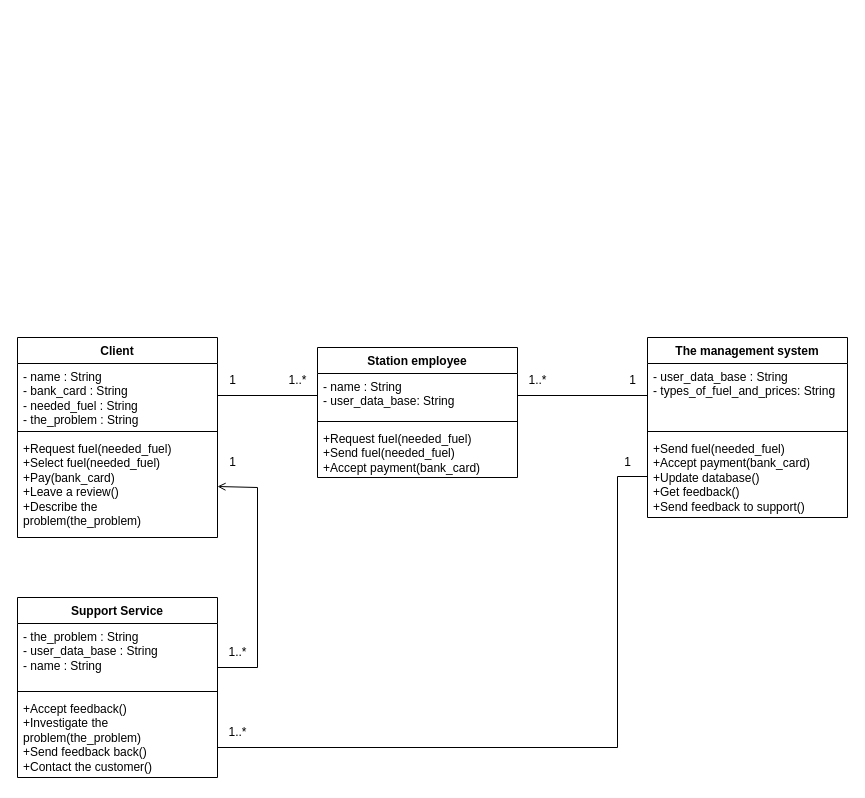
Above: page "Page-5" (5 of 5) of 88.drawio in Helpmepleaseitishard/Aikms (draw.io), before the change. Source tidied: cells renumbered, new cells numbered last; positions are measured from the earlier drawing's top-left corner, leaving out a move shared by most shapes. Both pictures are drawn from the tidied source at 100%, with x=0, y=0 at pixel (17, 337).
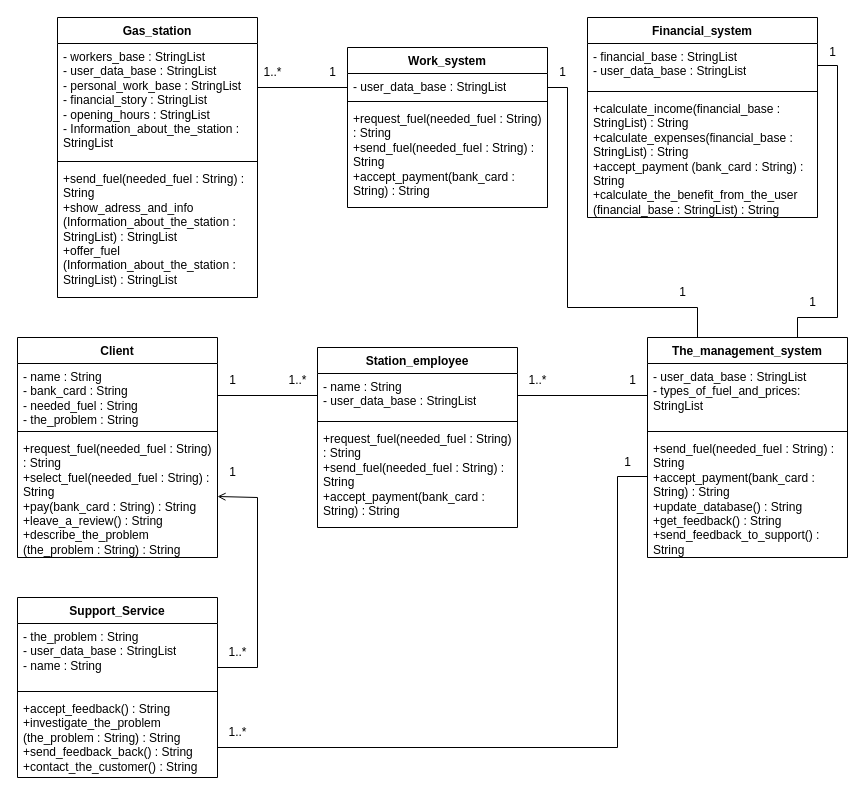
The same diagram, later.

What changed in the source:
```diff
@@
-    <mxCell id="2" value="The management system" style="swimlane;fontStyle=1;align=center;verticalAlign=top;horizontal=1;startSize=26;whiteSpace=wrap;html=1;" parent="1" vertex="1">
-      <mxGeometry x="630" width="200" height="180" as="geometry" />
+    <mxCell id="2" value="The_management_system" style="swimlane;fontStyle=1;align=center;verticalAlign=top;horizontal=1;startSize=26;whiteSpace=wrap;html=1;" parent="1" vertex="1">
+      <mxGeometry x="630" width="200" height="220" as="geometry" />
     </mxCell>
-    <mxCell id="3" value="&lt;div&gt;-&amp;nbsp;user_data_base : String&lt;/div&gt;&lt;div&gt;&lt;div&gt;&lt;div&gt;- types_of_fuel_and_prices: String&lt;/div&gt;&lt;/div&gt;&lt;/div&gt;" style="text;strokeColor=none;fillColor=none;align=left;verticalAlign=top;spacingLeft=4;spacingRight=4;overflow=hidden;points=[[0,0.5],[1,0.5]];portConstraint=eastwest;whiteSpace=wrap;html=1;" parent="2" vertex="1">
+    <mxCell id="3" value="&lt;div&gt;-&amp;nbsp;user_data_base : StringList&lt;/div&gt;&lt;div&gt;&lt;div&gt;&lt;div&gt;- types_of_fuel_and_prices: StringList&lt;/div&gt;&lt;/div&gt;&lt;/div&gt;" style="text;strokeColor=none;fillColor=none;align=left;verticalAlign=top;spacingLeft=4;spacingRight=4;overflow=hidden;points=[[0,0.5],[1,0.5]];portConstraint=eastwest;whiteSpace=wrap;html=1;" parent="2" vertex="1">
       <mxGeometry y="26" width="200" height="64" as="geometry" />
     </mxCell>
@@
-    <mxCell id="5" value="+Send fuel(needed_fuel)&lt;br&gt;+Accept payment(bank_card)&lt;br&gt;+Update database()&lt;br&gt;+Get feedback()&lt;br&gt;+Send feedback to support()" style="text;strokeColor=none;fillColor=none;align=left;verticalAlign=top;spacingLeft=4;spacingRight=4;overflow=hidden;points=[[0,0.5],[1,0.5]];portConstraint=eastwest;whiteSpace=wrap;html=1;" parent="2" vertex="1">
-      <mxGeometry y="98" width="200" height="82" as="geometry" />
+    <mxCell id="5" value="+send_fuel(needed_fuel : String) : String&lt;br&gt;+accept_payment(bank_card : String) : String&lt;br&gt;+update_database() : String&lt;br&gt;+get_feedback() : String&lt;br&gt;+send_feedback_to_support() : String" style="text;strokeColor=none;fillColor=none;align=left;verticalAlign=top;spacingLeft=4;spacingRight=4;overflow=hidden;points=[[0,0.5],[1,0.5]];portConstraint=eastwest;whiteSpace=wrap;html=1;" parent="2" vertex="1">
+      <mxGeometry y="98" width="200" height="122" as="geometry" />
     </mxCell>
-    <mxCell id="6" value="Station employee" style="swimlane;fontStyle=1;align=center;verticalAlign=top;horizontal=1;startSize=26;whiteSpace=wrap;html=1;" parent="1" vertex="1">
-      <mxGeometry x="300" y="10" width="200" height="130" as="geometry" />
+    <mxCell id="6" value="Station_employee" style="swimlane;fontStyle=1;align=center;verticalAlign=top;horizontal=1;startSize=26;whiteSpace=wrap;html=1;" parent="1" vertex="1">
+      <mxGeometry x="300" y="10" width="200" height="180" as="geometry" />
     </mxCell>
-    <mxCell id="7" value="&lt;div&gt;- name : String&lt;/div&gt;&lt;div&gt;&lt;div&gt;&lt;div&gt;&lt;div&gt;&lt;div&gt;- user_data_base: String&lt;/div&gt;&lt;/div&gt;&lt;/div&gt;&lt;/div&gt;&lt;/div&gt;" style="text;strokeColor=none;fillColor=none;align=left;verticalAlign=top;spacingLeft=4;spacingRight=4;overflow=hidden;points=[[0,0.5],[1,0.5]];portConstraint=eastwest;whiteSpace=wrap;html=1;" parent="6" vertex="1">
+    <mxCell id="7" value="&lt;div&gt;- name : String&lt;/div&gt;&lt;div&gt;&lt;div&gt;&lt;div&gt;&lt;div&gt;&lt;div&gt;- user_data_base : StringList&lt;/div&gt;&lt;/div&gt;&lt;/div&gt;&lt;/div&gt;&lt;/div&gt;" style="text;strokeColor=none;fillColor=none;align=left;verticalAlign=top;spacingLeft=4;spacingRight=4;overflow=hidden;points=[[0,0.5],[1,0.5]];portConstraint=eastwest;whiteSpace=wrap;html=1;" parent="6" vertex="1">
       <mxGeometry y="26" width="200" height="44" as="geometry" />
     </mxCell>
@@
-    <mxCell id="9" value="+Request fuel(needed_fuel)&lt;br&gt;+Send fuel(needed_fuel)&lt;br&gt;+Accept payment(bank_card)" style="text;strokeColor=none;fillColor=none;align=left;verticalAlign=top;spacingLeft=4;spacingRight=4;overflow=hidden;whiteSpace=wrap;html=1;" parent="6" vertex="1">
-      <mxGeometry y="78" width="200" height="52" as="geometry" />
+    <mxCell id="9" value="+request_fuel(needed_fuel : String) : String&lt;br&gt;+send_fuel(needed_fuel : String) : String&lt;br&gt;+accept_payment(bank_card : String) : String" style="text;strokeColor=none;fillColor=none;align=left;verticalAlign=top;spacingLeft=4;spacingRight=4;overflow=hidden;whiteSpace=wrap;html=1;" parent="6" vertex="1">
+      <mxGeometry y="78" width="200" height="102" as="geometry" />
     </mxCell>
     <mxCell id="10" value="Client" style="swimlane;fontStyle=1;align=center;verticalAlign=top;horizontal=1;startSize=26;whiteSpace=wrap;html=1;" parent="1" vertex="1">
-      <mxGeometry width="200" height="200" as="geometry" />
+      <mxGeometry width="200" height="220" as="geometry" />
     </mxCell>
@@
-    <mxCell id="13" value="+Request fuel(needed_fuel)&lt;br&gt;+Select fuel(needed_fuel)&lt;br&gt;+Pay(bank_card)&lt;br&gt;+Leave a review()&lt;br&gt;+Describe the problem(the_problem)" style="text;strokeColor=none;fillColor=none;align=left;verticalAlign=top;spacingLeft=4;spacingRight=4;overflow=hidden;points=[[0,0.5],[1,0.5]];portConstraint=eastwest;whiteSpace=wrap;html=1;" parent="10" vertex="1">
-      <mxGeometry y="98" width="200" height="102" as="geometry" />
+    <mxCell id="13" value="+request_fuel(needed_fuel : String) : String&lt;br&gt;+select_fuel(needed_fuel : String) : String&lt;br&gt;+pay(bank_card : String) : String&lt;br&gt;+leave_a_review() : String&lt;br&gt;+describe_the_problem (the_problem : String) : String" style="text;strokeColor=none;fillColor=none;align=left;verticalAlign=top;spacingLeft=4;spacingRight=4;overflow=hidden;points=[[0,0.5],[1,0.5]];portConstraint=eastwest;whiteSpace=wrap;html=1;" parent="10" vertex="1">
+      <mxGeometry y="98" width="200" height="122" as="geometry" />
     </mxCell>
     <mxCell id="14" style="edgeStyle=orthogonalEdgeStyle;rounded=0;jettySize=auto;html=1;entryX=1;entryY=0.5;entryDx=0;entryDy=0;strokeWidth=1;endArrow=open;endFill=0;startArrow=none;startFill=0;" parent="1" edge="1" target="13">
       <mxGeometry relative="1" as="geometry">
         <mxPoint x="200" y="330" as="sourcePoint" />
         <Array as="points">
           <mxPoint x="240" y="330" />
-          <mxPoint x="240" y="150" />
+          <mxPoint x="240" y="160" />
         </Array>
       </mxGeometry>
     </mxCell>
-    <mxCell id="15" value="Support Service" style="swimlane;fontStyle=1;align=center;verticalAlign=top;horizontal=1;startSize=26;whiteSpace=wrap;html=1;" parent="1" vertex="1">
+    <mxCell id="15" value="Support_Service" style="swimlane;fontStyle=1;align=center;verticalAlign=top;horizontal=1;startSize=26;whiteSpace=wrap;html=1;" parent="1" vertex="1">
       <mxGeometry y="260" width="200" height="180" as="geometry" />
     </mxCell>
-    <mxCell id="16" value="&lt;div&gt;- the_problem : String&lt;/div&gt;&lt;div&gt;&lt;div&gt;&lt;div&gt;-&amp;nbsp;user_data_base : String&lt;div&gt;&lt;div&gt;- name : String&lt;/div&gt;&lt;/div&gt;&lt;/div&gt;&lt;/div&gt;&lt;/div&gt;" style="text;strokeColor=none;fillColor=none;align=left;verticalAlign=top;spacingLeft=4;spacingRight=4;overflow=hidden;whiteSpace=wrap;html=1;" parent="15" vertex="1">
+    <mxCell id="16" value="&lt;div&gt;- the_problem : String&lt;/div&gt;&lt;div&gt;&lt;div&gt;&lt;div&gt;-&amp;nbsp;user_data_base : StringList&lt;div&gt;&lt;div&gt;- name : String&lt;/div&gt;&lt;/div&gt;&lt;/div&gt;&lt;/div&gt;&lt;/div&gt;" style="text;strokeColor=none;fillColor=none;align=left;verticalAlign=top;spacingLeft=4;spacingRight=4;overflow=hidden;whiteSpace=wrap;html=1;" parent="15" vertex="1">
       <mxGeometry y="26" width="200" height="64" as="geometry" />
     </mxCell>
@@
-    <mxCell id="18" value="+Accept feedback()&lt;br&gt;+Investigate the problem(the_problem)&lt;br&gt;+Send feedback back()&lt;br&gt;+Contact the customer()" style="text;strokeColor=none;fillColor=none;align=left;verticalAlign=top;spacingLeft=4;spacingRight=4;overflow=hidden;whiteSpace=wrap;html=1;" parent="15" vertex="1">
+    <mxCell id="18" value="+accept_feedback() : String&lt;br&gt;+investigate_the_problem (the_problem : String) : String&lt;br&gt;+send_feedback_back() : String&lt;br&gt;+contact_the_customer() : String" style="text;strokeColor=none;fillColor=none;align=left;verticalAlign=top;spacingLeft=4;spacingRight=4;overflow=hidden;whiteSpace=wrap;html=1;" parent="15" vertex="1">
       <mxGeometry y="98" width="200" height="82" as="geometry" />
     </mxCell>
@@
     <mxCell id="27" value="1" style="text;html=1;align=center;verticalAlign=middle;strokeColor=none;fillColor=none;" parent="1" vertex="1">
-      <mxGeometry x="200" y="110" width="30" height="30" as="geometry" />
+      <mxGeometry x="200" y="120" width="30" height="30" as="geometry" />
     </mxCell>
@@
+    <mxCell id="30" value="Financial_system" style="swimlane;fontStyle=1;align=center;verticalAlign=top;horizontal=1;startSize=26;whiteSpace=wrap;html=1;" parent="1" vertex="1">
+      <mxGeometry x="570" y="-320" width="230" height="200" as="geometry" />
+    </mxCell>
+    <mxCell id="31" value="&lt;div&gt;- financial_base : StringList&lt;/div&gt;&lt;div&gt;&lt;div&gt;&lt;div&gt;&lt;div&gt;&lt;div&gt;- user_data_base : StringList&lt;/div&gt;&lt;/div&gt;&lt;/div&gt;&lt;/div&gt;&lt;/div&gt;" style="text;strokeColor=none;fillColor=none;align=left;verticalAlign=top;spacingLeft=4;spacingRight=4;overflow=hidden;points=[[0,0.5],[1,0.5]];portConstraint=eastwest;whiteSpace=wrap;html=1;" parent="30" vertex="1">
+      <mxGeometry y="26" width="230" height="44" as="geometry" />
+    </mxCell>
+    <mxCell id="32" style="line;strokeWidth=1;fillColor=none;align=left;verticalAlign=middle;spacingTop=-1;spacingLeft=3;spacingRight=3;labelPosition=right;strokeColor=inherit;" parent="30" vertex="1">
+      <mxGeometry y="70" width="230" height="8" as="geometry" />
+    </mxCell>
+    <mxCell id="33" value="&lt;div&gt;+calculate_income(financial_base : StringList) : String&lt;/div&gt;&lt;div&gt;+calculate_expenses(financial_base : StringList) : String&lt;/div&gt;&lt;div&gt;+accept_payment (bank_card : String) : String&lt;/div&gt;&lt;div&gt;+calculate_the_benefit_from_the_user (financial_base : StringList) : String&lt;/div&gt;" style="text;strokeColor=none;fillColor=none;align=left;verticalAlign=top;spacingLeft=4;spacingRight=4;overflow=hidden;whiteSpace=wrap;html=1;" parent="30" vertex="1">
+      <mxGeometry y="78" width="230" height="122" as="geometry" />
+    </mxCell>
+    <mxCell id="34" style="edgeStyle=none;curved=0;rounded=0;jettySize=auto;html=1;exitX=1;exitY=0.25;exitDx=0;exitDy=0;entryX=0.25;entryY=0;entryDx=0;entryDy=0;fontSize=12;startSize=8;endSize=8;endArrow=none;startFill=0;" parent="1" edge="1" source="36" target="2">
+      <mxGeometry relative="1" as="geometry">
+        <Array as="points">
+          <mxPoint x="550" y="-250" />
+          <mxPoint x="550" y="-30" />
+          <mxPoint x="680" y="-30" />
+        </Array>
+      </mxGeometry>
+    </mxCell>
+    <mxCell id="35" style="edgeStyle=none;curved=0;rounded=0;jettySize=auto;html=1;exitX=0;exitY=0.25;exitDx=0;exitDy=0;entryX=1;entryY=0.25;entryDx=0;entryDy=0;fontSize=12;startSize=8;endSize=8;endArrow=none;startFill=0;" parent="1" edge="1" source="36" target="41">
+      <mxGeometry relative="1" as="geometry" />
+    </mxCell>
+    <mxCell id="36" value="Work_system" style="swimlane;fontStyle=1;align=center;verticalAlign=top;horizontal=1;startSize=26;whiteSpace=wrap;html=1;" parent="1" vertex="1">
+      <mxGeometry x="330" y="-290" width="200" height="160" as="geometry" />
+    </mxCell>
+    <mxCell id="37" value="&lt;div&gt;- user_data_base : StringList&lt;/div&gt;" style="text;strokeColor=none;fillColor=none;align=left;verticalAlign=top;spacingLeft=4;spacingRight=4;overflow=hidden;whiteSpace=wrap;html=1;" parent="36" vertex="1">
+      <mxGeometry y="26" width="200" height="24" as="geometry" />
+    </mxCell>
+    <mxCell id="38" style="line;strokeWidth=1;fillColor=none;align=left;verticalAlign=middle;spacingTop=-1;spacingLeft=3;spacingRight=3;labelPosition=right;strokeColor=inherit;" parent="36" vertex="1">
+      <mxGeometry y="50" width="200" height="8" as="geometry" />
+    </mxCell>
+    <mxCell id="39" value="+request_fuel(needed_fuel : String) : String&lt;br&gt;+send_fuel(needed_fuel : String) : String&lt;br&gt;+accept_payment(bank_card : String) : String" style="text;strokeColor=none;fillColor=none;align=left;verticalAlign=top;spacingLeft=4;spacingRight=4;overflow=hidden;whiteSpace=wrap;html=1;" parent="36" vertex="1">
+      <mxGeometry y="58" width="200" height="102" as="geometry" />
+    </mxCell>
+    <mxCell id="40" style="edgeStyle=none;curved=0;rounded=0;jettySize=auto;html=1;exitX=1;exitY=0.5;exitDx=0;exitDy=0;entryX=0.75;entryY=0;entryDx=0;entryDy=0;fontSize=12;startSize=8;endSize=8;endArrow=none;startFill=0;" parent="1" edge="1" source="31" target="2">
+      <mxGeometry relative="1" as="geometry">
+        <Array as="points">
+          <mxPoint x="820" y="-272" />
+          <mxPoint x="820" y="-20" />
+          <mxPoint x="780" y="-20" />
+        </Array>
+      </mxGeometry>
+    </mxCell>
+    <mxCell id="41" value="Gas_station" style="swimlane;fontStyle=1;align=center;verticalAlign=top;horizontal=1;startSize=26;whiteSpace=wrap;html=1;" parent="1" vertex="1">
+      <mxGeometry x="40" y="-320" width="200" height="280" as="geometry" />
+    </mxCell>
+    <mxCell id="42" value="&lt;div&gt;&lt;div&gt;- workers_base : StringList&lt;/div&gt;&lt;/div&gt;&lt;div&gt;&lt;div&gt;&lt;div&gt;&lt;div&gt;&lt;div&gt;- user_data_base : StringList&lt;/div&gt;&lt;div&gt;- personal_work_base : StringList&lt;/div&gt;&lt;div&gt;- financial_story  : StringList&lt;/div&gt;&lt;div&gt;- opening_hours : StringList&lt;/div&gt;&lt;div&gt;- Information_about_the_station : StringList&lt;/div&gt;&lt;/div&gt;&lt;/div&gt;&lt;/div&gt;&lt;/div&gt;" style="text;strokeColor=none;fillColor=none;align=left;verticalAlign=top;spacingLeft=4;spacingRight=4;overflow=hidden;whiteSpace=wrap;html=1;" parent="41" vertex="1">
+      <mxGeometry y="26" width="200" height="114" as="geometry" />
+    </mxCell>
+    <mxCell id="43" style="line;strokeWidth=1;fillColor=none;align=left;verticalAlign=middle;spacingTop=-1;spacingLeft=3;spacingRight=3;labelPosition=right;strokeColor=inherit;" parent="41" vertex="1">
+      <mxGeometry y="140" width="200" height="8" as="geometry" />
+    </mxCell>
+    <mxCell id="44" value="+send_fuel(needed_fuel : String) : String&lt;br&gt;&lt;div&gt;+show_adress_and_info (Information_about_the_station : StringList) : StringList&lt;/div&gt;&lt;div&gt;+offer_fuel (Information_about_the_station : StringList) : StringList&lt;/div&gt;" style="text;strokeColor=none;fillColor=none;align=left;verticalAlign=top;spacingLeft=4;spacingRight=4;overflow=hidden;whiteSpace=wrap;html=1;" parent="41" vertex="1">
+      <mxGeometry y="148" width="200" height="132" as="geometry" />
+    </mxCell>
+    <mxCell id="45" value="1" style="text;html=1;align=center;verticalAlign=middle;strokeColor=none;fillColor=none;" parent="1" vertex="1">
+      <mxGeometry x="780" y="-50" width="30" height="30" as="geometry" />
+    </mxCell>
+    <mxCell id="46" value="1" style="text;html=1;align=center;verticalAlign=middle;strokeColor=none;fillColor=none;" parent="1" vertex="1">
+      <mxGeometry x="800" y="-300" width="30" height="30" as="geometry" />
+    </mxCell>
+    <mxCell id="47" value="1" style="text;html=1;align=center;verticalAlign=middle;strokeColor=none;fillColor=none;" parent="1" vertex="1">
+      <mxGeometry x="650" y="-60" width="30" height="30" as="geometry" />
+    </mxCell>
+    <mxCell id="48" value="1" style="text;html=1;align=center;verticalAlign=middle;strokeColor=none;fillColor=none;" parent="1" vertex="1">
+      <mxGeometry x="530" y="-280" width="30" height="30" as="geometry" />
+    </mxCell>
+    <mxCell id="49" value="1" style="text;html=1;align=center;verticalAlign=middle;strokeColor=none;fillColor=none;" parent="1" vertex="1">
+      <mxGeometry x="300" y="-280" width="30" height="30" as="geometry" />
+    </mxCell>
+    <mxCell id="50" value="1..*" style="text;html=1;align=center;verticalAlign=middle;strokeColor=none;fillColor=none;" parent="1" vertex="1">
+      <mxGeometry x="235" y="-280" width="40" height="30" as="geometry" />
+    </mxCell>
```
